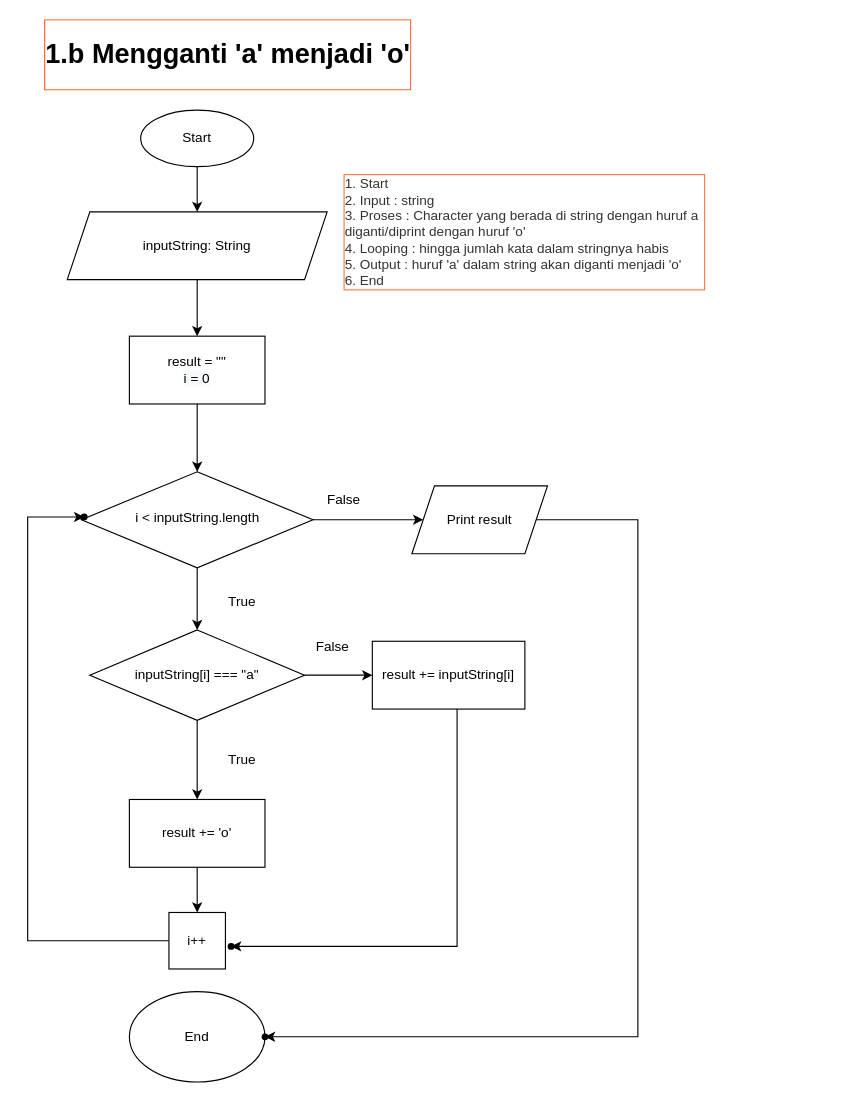
This is 1b switch.drawio from PututN/fw12-javascript1, a draw.io file, before an edit. Source tidied: cells renumbered, new cells numbered last; positions are measured from the earlier drawing's top-left corner, leaving out a move shared by most shapes. Both pictures are drawn from the tidied source at 113%, with x=0, y=0 at pixel (27, 31).
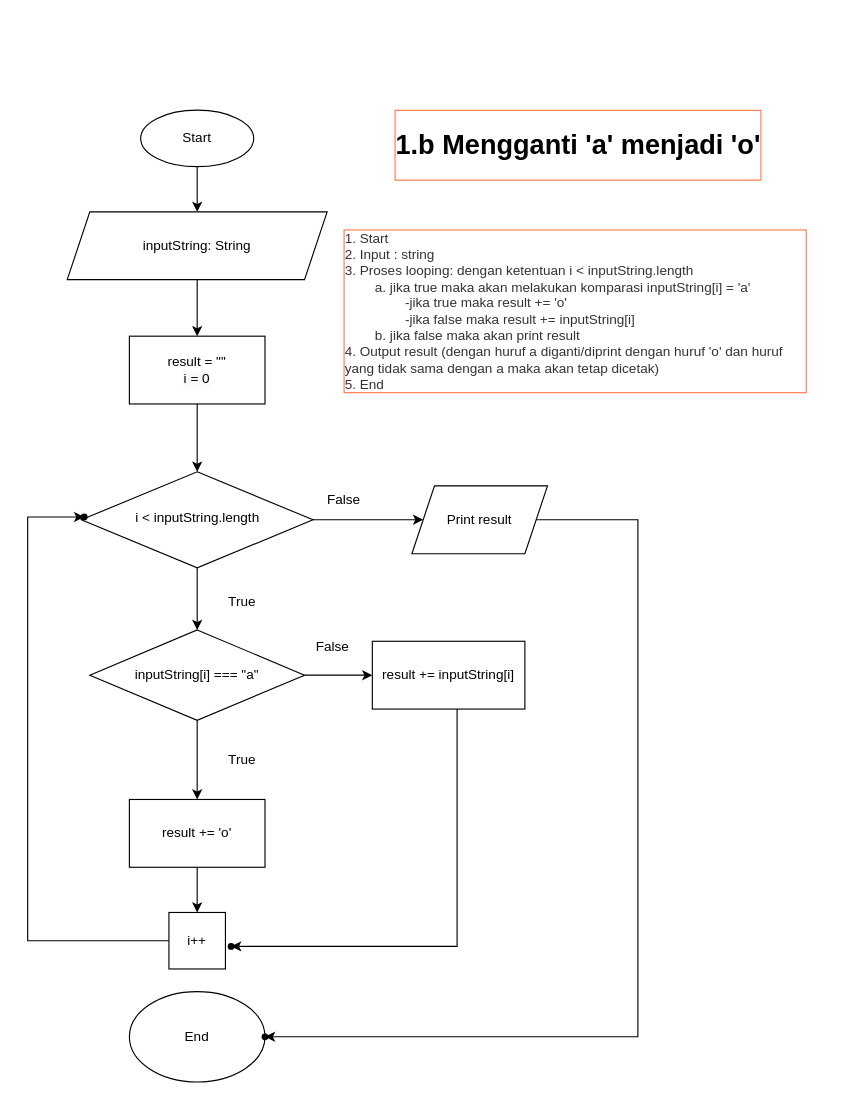
The same diagram, later.

What changed in the source:
```diff
@@
-    <mxCell id="2" value="1. Start&lt;br&gt;2. Input : string&lt;br&gt;3. Proses : Character yang berada di string dengan huruf a diganti/diprint dengan huruf 'o'&lt;br&gt;4. Looping : hingga jumlah kata dalam stringnya habis&lt;br&gt;5. Output : huruf 'a' dalam string akan diganti menjadi 'o'&lt;br&gt;6. End&amp;nbsp;" style="text;strokeColor=none;fillColor=none;align=left;verticalAlign=middle;rounded=0;labelBackgroundColor=default;whiteSpace=wrap;html=1;labelBorderColor=#FF591C;spacingTop=1;spacing=12;spacingBottom=5;spacingLeft=-2;textOpacity=80;fontFamily=mulish;" parent="1" vertex="1">
-      <mxGeometry x="270" y="80" width="340" height="200" as="geometry" />
+    <mxCell id="2" value="1. Start&lt;br&gt;2. Input : string&lt;br&gt;3. Proses looping: dengan ketentuan i &amp;lt; inputString.length&lt;br&gt;&lt;span style=&quot;white-space: pre;&quot;&gt;&#9;&lt;/span&gt;a. jika true maka akan melakukan komparasi inputString[i] = 'a'&lt;br&gt;&lt;span style=&quot;white-space: pre;&quot;&gt;&#9;&lt;span style=&quot;white-space: pre;&quot;&gt;&#9;&lt;/span&gt;&lt;/span&gt;-jika true maka result += 'o'&lt;br&gt;&lt;span style=&quot;white-space: pre;&quot;&gt;&#9;&lt;span style=&quot;white-space: pre;&quot;&gt;&#9;&lt;/span&gt;&lt;/span&gt;-jika false maka result += inputString[i]&lt;br&gt;&lt;span style=&quot;white-space: pre;&quot;&gt;&#9;&lt;/span&gt;b. jika false maka akan print result&lt;br&gt;4. Output result (dengan huruf a diganti/diprint dengan huruf 'o' dan huruf yang tidak sama dengan a maka akan tetap dicetak)&lt;br&gt;5. End&amp;nbsp;" style="text;strokeColor=none;fillColor=none;align=left;verticalAlign=middle;rounded=0;labelBackgroundColor=default;whiteSpace=wrap;html=1;labelBorderColor=#FF591C;spacingTop=1;spacing=12;spacingBottom=5;spacingLeft=-2;textOpacity=80;fontFamily=mulish;" parent="1" vertex="1">
+      <mxGeometry x="270" y="70" width="430" height="360" as="geometry" />
     </mxCell>
     <mxCell id="3" value="&lt;h1&gt;1.b Mengganti 'a' menjadi 'o'&lt;/h1&gt;" style="text;html=1;strokeColor=none;fillColor=none;spacing=5;spacingTop=-20;whiteSpace=wrap;overflow=hidden;rounded=0;labelBackgroundColor=default;labelBorderColor=#FF591C;" parent="1" vertex="1">
-      <mxGeometry x="10" width="386" height="60" as="geometry" />
+      <mxGeometry x="320" y="80" width="386" height="60" as="geometry" />
     </mxCell>
```
